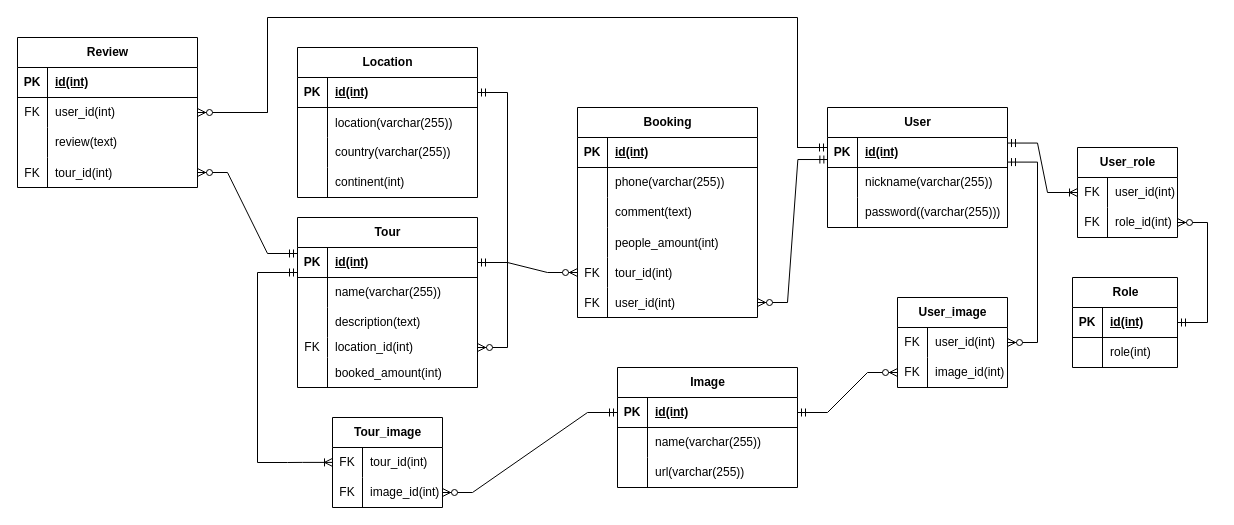
The draw.io diagram diagrams/ERD.drawio in nastenka-ooops/Adventura, before the edit. Source tidied: cells renumbered, new cells numbered last; positions are measured from the earlier drawing's top-left corner, leaving out a move shared by most shapes. Both pictures are drawn from the tidied source at 100%, with x=0, y=0 at pixel (-43, 17).
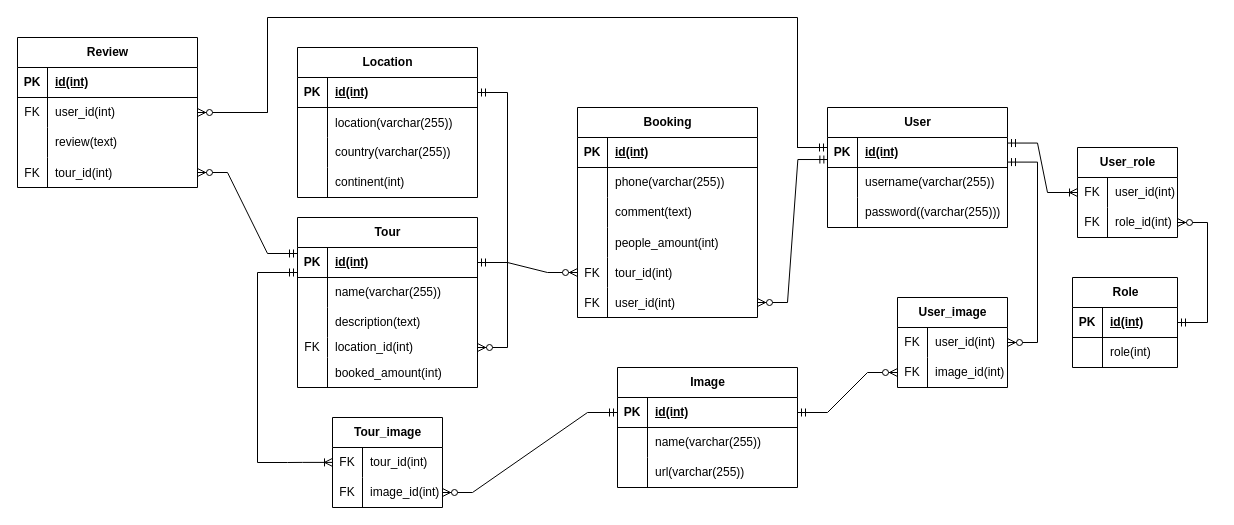
The same page after the edit.

The change refers to these unchanged cells:
```xml
<mxCell id="77" style="shape=tableRow;horizontal=0;startSize=0;swimlaneHead=0;swimlaneBody=0;fillColor=none;top=0;left=0;right=0;bottom=0;" parent="73" vertex="1">
  <mxGeometry y="60" width="180" height="30" as="geometry" />
</mxCell>
```

Diff of the diagram source:
```diff
@@
-    <mxCell id="79" value="nickname(varchar(255))" style="shape=partialRectangle;fillColor=none;top=0;left=0;bottom=0;right=0;align=left;spacingLeft=6;overflow=hidden;whiteSpace=wrap;html=1;" parent="77" vertex="1">
+    <mxCell id="79" value="username(varchar(255))" style="shape=partialRectangle;fillColor=none;top=0;left=0;bottom=0;right=0;align=left;spacingLeft=6;overflow=hidden;whiteSpace=wrap;html=1;" parent="77" vertex="1">
       <mxGeometry x="30" width="150" height="30" as="geometry" />
     </mxCell>
```
